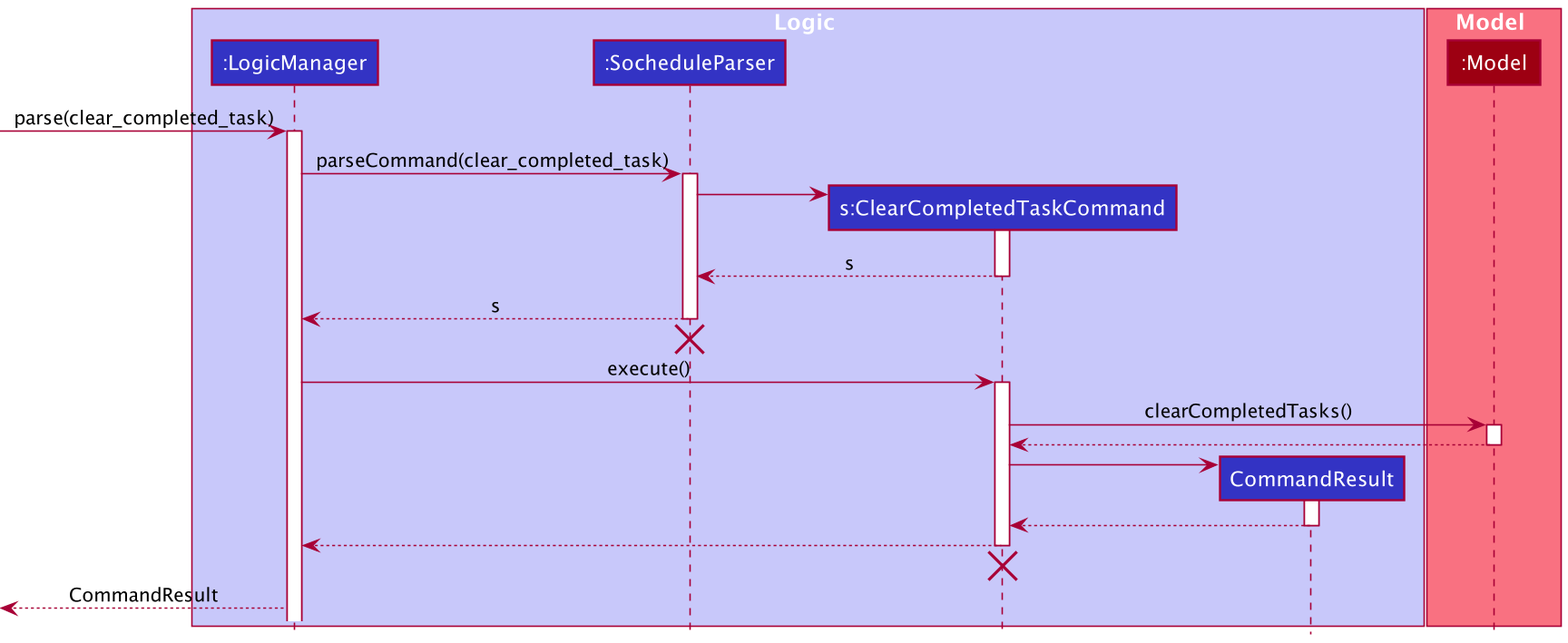
Before: docs/images/ClearCompletedTaskCommandSequenceDiagram.png, a diagram exported from PlantUML (nus-cs2103-AY2021S2/tp).
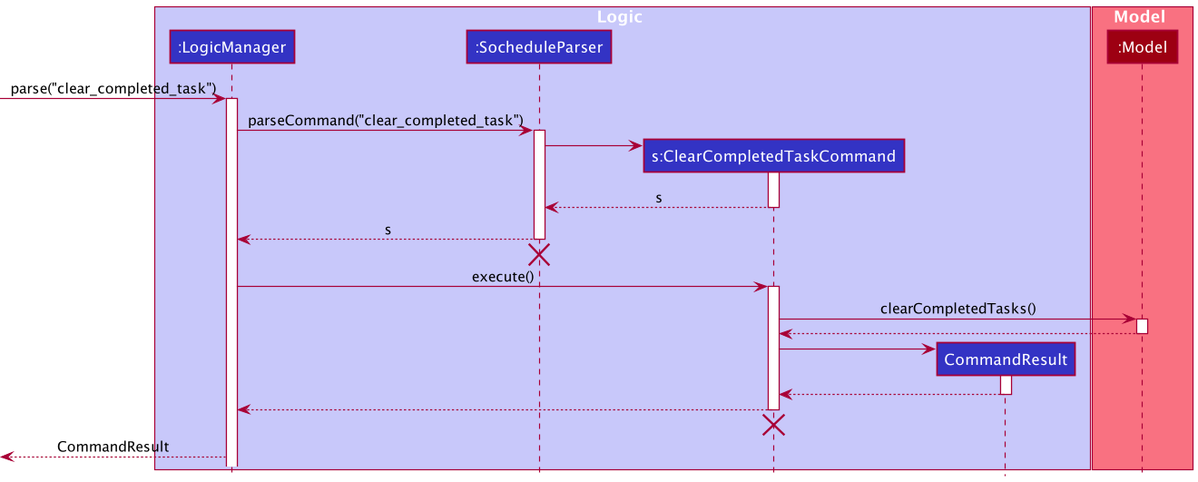
Above is the later version.

Diff of the diagram source:
```diff
@@ -12,10 +12,10 @@
 participant ":Model" as Model MODEL_COLOR
 end box
 
-[-> LogicManager : parse(clear_completed_task)
+[-> LogicManager : parse("clear_completed_task")
 activate LogicManager
 
-LogicManager -> SocheduleParser : parseCommand(clear_completed_task)
+LogicManager -> SocheduleParser : parseCommand("clear_completed_task")
 activate SocheduleParser
 
 create ClearCompletedTaskCommand
```
